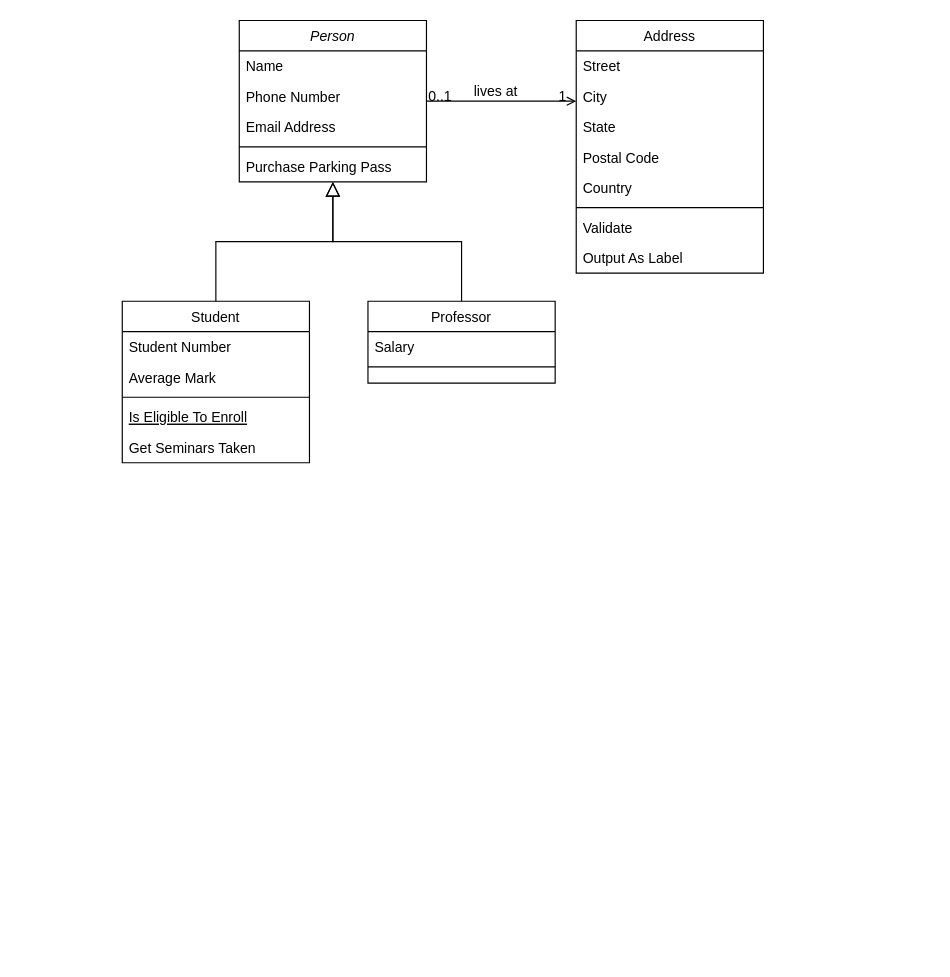
Above: Untitled Diagram.drawio in abeja21/PFB-Kreitekfy-B (draw.io), before the change. Source tidied: cells renumbered, new cells numbered last; positions are measured from the earlier drawing's top-left corner, leaving out a move shared by most shapes. Both pictures are drawn from the tidied source at 117%, with x=0, y=0 at pixel (122, 20).
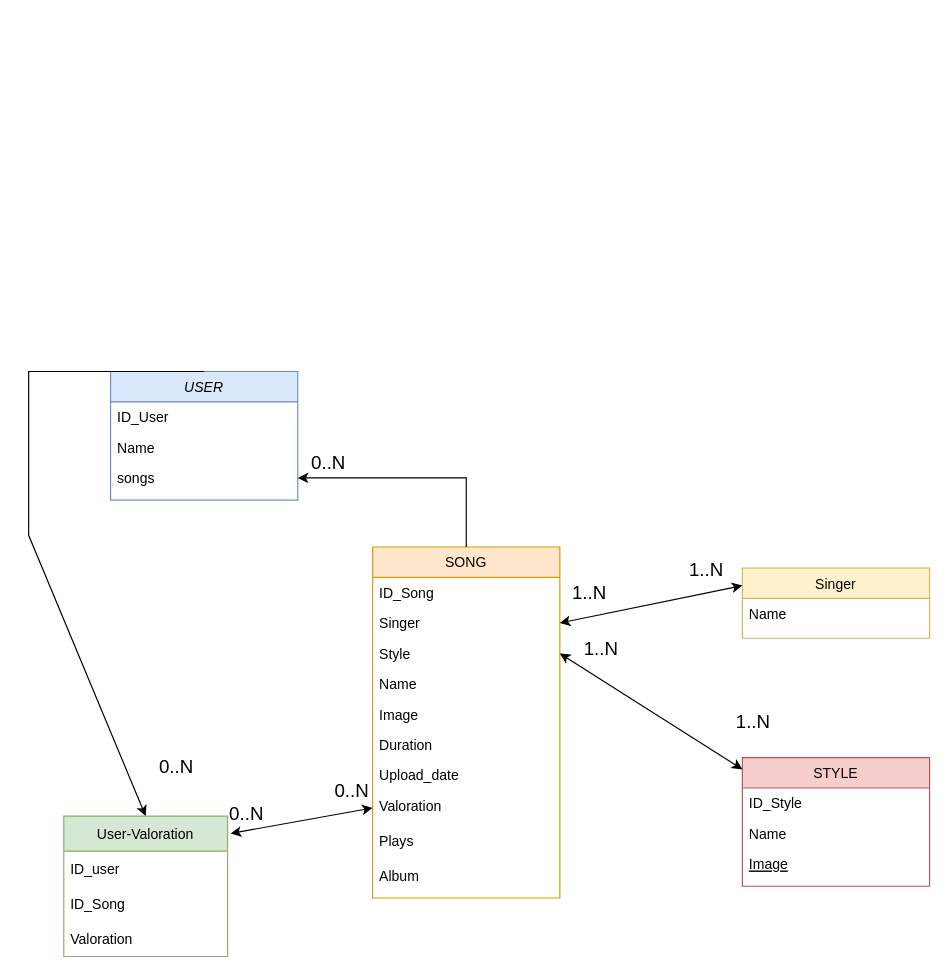
The same diagram, later.

Diff of the diagram source:
```diff
@@
-    <mxCell id="2" value="Person" style="swimlane;fontStyle=2;align=center;verticalAlign=top;horizontal=1;startSize=26;rounded=0;shadow=0;strokeWidth=1;" parent="1" vertex="1">
-      <mxGeometry x="100" width="160" height="138" as="geometry" />
+    <mxCell id="2" value="USER" style="swimlane;fontStyle=2;align=center;verticalAlign=top;horizontal=1;startSize=26;rounded=0;shadow=0;strokeWidth=1;fillColor=#dae8fc;strokeColor=#6c8ebf;" parent="1" vertex="1">
+      <mxGeometry x="-10" y="300" width="160" height="110" as="geometry" />
     </mxCell>
-    <mxCell id="3" value="Name" style="text;align=left;verticalAlign=top;spacingLeft=4;spacingRight=4;overflow=hidden;" parent="2" vertex="1">
+    <mxCell id="3" value="ID_User" style="text;align=left;verticalAlign=top;spacingLeft=4;spacingRight=4;overflow=hidden;" parent="2" vertex="1">
       <mxGeometry y="26" width="160" height="26" as="geometry" />
     </mxCell>
-    <mxCell id="4" value="Phone Number" style="text;align=left;verticalAlign=top;spacingLeft=4;spacingRight=4;overflow=hidden;rounded=0;shadow=0;html=0;" parent="2" vertex="1">
+    <mxCell id="4" value="Name" style="text;align=left;verticalAlign=top;spacingLeft=4;spacingRight=4;overflow=hidden;rounded=0;shadow=0;html=0;" parent="2" vertex="1">
       <mxGeometry y="52" width="160" height="26" as="geometry" />
     </mxCell>
-    <mxCell id="5" value="Email Address" style="text;align=left;verticalAlign=top;spacingLeft=4;spacingRight=4;overflow=hidden;points=[[0,0.5],[1,0.5]];portConstraint=eastwest;rounded=0;shadow=0;html=0;" parent="2" vertex="1">
+    <mxCell id="5" value="songs" style="text;align=left;verticalAlign=top;spacingLeft=4;spacingRight=4;overflow=hidden;points=[[0,0.5],[1,0.5]];portConstraint=eastwest;rounded=0;shadow=0;html=0;" parent="2" vertex="1">
       <mxGeometry y="78" width="160" height="26" as="geometry" />
     </mxCell>
-    <mxCell id="6" style="line;html=1;strokeWidth=1;align=left;verticalAlign=middle;spacingTop=-1;spacingLeft=3;spacingRight=3;labelPosition=right;" parent="2" vertex="1">
-      <mxGeometry y="104" width="160" height="8" as="geometry" />
-    </mxCell>
-    <mxCell id="7" value="Purchase Parking Pass" style="text;align=left;verticalAlign=top;spacingLeft=4;spacingRight=4;overflow=hidden;" parent="2" vertex="1">
-      <mxGeometry y="112" width="160" height="26" as="geometry" />
-    </mxCell>
-    <mxCell id="8" value="Student" style="swimlane;fontStyle=0;align=center;verticalAlign=top;horizontal=1;startSize=26;rounded=0;shadow=0;strokeWidth=1;" parent="1" vertex="1">
-      <mxGeometry y="240" width="160" height="138" as="geometry" />
+    <mxCell id="8" value="STYLE" style="swimlane;fontStyle=0;align=center;verticalAlign=top;horizontal=1;startSize=26;rounded=0;shadow=0;strokeWidth=1;fillColor=#f8cecc;strokeColor=#b85450;" parent="1" vertex="1">
+      <mxGeometry x="530" y="630" width="160" height="110" as="geometry" />
     </mxCell>
-    <mxCell id="9" value="Student Number" style="text;align=left;verticalAlign=top;spacingLeft=4;spacingRight=4;overflow=hidden;" parent="8" vertex="1">
+    <mxCell id="9" value="ID_Style" style="text;align=left;verticalAlign=top;spacingLeft=4;spacingRight=4;overflow=hidden;" parent="8" vertex="1">
       <mxGeometry y="26" width="160" height="26" as="geometry" />
     </mxCell>
-    <mxCell id="10" value="Average Mark" style="text;align=left;verticalAlign=top;spacingLeft=4;spacingRight=4;overflow=hidden;rounded=0;shadow=0;html=0;" parent="8" vertex="1">
+    <mxCell id="10" value="Name" style="text;align=left;verticalAlign=top;spacingLeft=4;spacingRight=4;overflow=hidden;rounded=0;shadow=0;html=0;" parent="8" vertex="1">
       <mxGeometry y="52" width="160" height="26" as="geometry" />
     </mxCell>
-    <mxCell id="11" style="line;html=1;strokeWidth=1;align=left;verticalAlign=middle;spacingTop=-1;spacingLeft=3;spacingRight=3;labelPosition=right;" parent="8" vertex="1">
-      <mxGeometry y="78" width="160" height="8" as="geometry" />
-    </mxCell>
-    <mxCell id="12" value="Is Eligible To Enroll" style="text;align=left;verticalAlign=top;spacingLeft=4;spacingRight=4;overflow=hidden;fontStyle=4;" parent="8" vertex="1">
-      <mxGeometry y="86" width="160" height="26" as="geometry" />
+    <mxCell id="12" value="Image" style="text;align=left;verticalAlign=top;spacingLeft=4;spacingRight=4;overflow=hidden;fontStyle=4;" parent="8" vertex="1">
+      <mxGeometry y="78" width="160" height="26" as="geometry" />
     </mxCell>
-    <mxCell id="13" value="Get Seminars Taken" style="text;align=left;verticalAlign=top;spacingLeft=4;spacingRight=4;overflow=hidden;" parent="8" vertex="1">
-      <mxGeometry y="112" width="160" height="26" as="geometry" />
-    </mxCell>
-    <mxCell id="14" style="endArrow=block;endSize=10;endFill=0;shadow=0;strokeWidth=1;rounded=0;edgeStyle=elbowEdgeStyle;elbow=vertical;" parent="1" edge="1" source="8" target="2">
-      <mxGeometry relative="1" as="geometry" />
-    </mxCell>
-    <mxCell id="15" value="Professor" style="swimlane;fontStyle=0;align=center;verticalAlign=top;horizontal=1;startSize=26;rounded=0;shadow=0;strokeWidth=1;" parent="1" vertex="1">
-      <mxGeometry x="210" y="240" width="160" height="70" as="geometry" />
+    <mxCell id="15" value="Singer" style="swimlane;fontStyle=0;align=center;verticalAlign=top;horizontal=1;startSize=26;rounded=0;shadow=0;strokeWidth=1;fillColor=#fff2cc;strokeColor=#d6b656;" parent="1" vertex="1">
+      <mxGeometry x="530" y="468" width="160" height="60" as="geometry" />
     </mxCell>
-    <mxCell id="16" value="Salary" style="text;align=left;verticalAlign=top;spacingLeft=4;spacingRight=4;overflow=hidden;" parent="15" vertex="1">
+    <mxCell id="16" value="Name" style="text;align=left;verticalAlign=top;spacingLeft=4;spacingRight=4;overflow=hidden;" parent="15" vertex="1">
       <mxGeometry y="26" width="160" height="26" as="geometry" />
     </mxCell>
-    <mxCell id="17" style="line;html=1;strokeWidth=1;align=left;verticalAlign=middle;spacingTop=-1;spacingLeft=3;spacingRight=3;labelPosition=right;" parent="15" vertex="1">
-      <mxGeometry y="52" width="160" height="8" as="geometry" />
-    </mxCell>
-    <mxCell id="18" style="endArrow=block;endSize=10;endFill=0;shadow=0;strokeWidth=1;rounded=0;edgeStyle=elbowEdgeStyle;elbow=vertical;" parent="1" edge="1" source="15" target="2">
-      <mxGeometry relative="1" as="geometry" />
-    </mxCell>
-    <mxCell id="19" value="Address" style="swimlane;fontStyle=0;align=center;verticalAlign=top;horizontal=1;startSize=26;rounded=0;shadow=0;strokeWidth=1;" parent="1" vertex="1">
-      <mxGeometry x="388" width="160" height="216" as="geometry" />
+    <mxCell id="19" value="SONG" style="swimlane;fontStyle=0;align=center;verticalAlign=top;horizontal=1;startSize=26;rounded=0;shadow=0;strokeWidth=1;fillColor=#ffe6cc;strokeColor=#d79b00;" parent="1" vertex="1">
+      <mxGeometry x="214" y="450" width="160" height="300" as="geometry" />
     </mxCell>
-    <mxCell id="20" value="Street" style="text;align=left;verticalAlign=top;spacingLeft=4;spacingRight=4;overflow=hidden;" parent="19" vertex="1">
+    <mxCell id="20" value="ID_Song&#10;" style="text;align=left;verticalAlign=top;spacingLeft=4;spacingRight=4;overflow=hidden;" parent="19" vertex="1">
       <mxGeometry y="26" width="160" height="26" as="geometry" />
     </mxCell>
-    <mxCell id="21" value="City" style="text;align=left;verticalAlign=top;spacingLeft=4;spacingRight=4;overflow=hidden;points=[[0,0.5],[1,0.5]];portConstraint=eastwest;rounded=0;shadow=0;html=0;" parent="19" vertex="1">
+    <mxCell id="21" value="Singer" style="text;align=left;verticalAlign=top;spacingLeft=4;spacingRight=4;overflow=hidden;points=[[0,0.5],[1,0.5]];portConstraint=eastwest;rounded=0;shadow=0;html=0;" parent="19" vertex="1">
       <mxGeometry y="52" width="160" height="26" as="geometry" />
     </mxCell>
-    <mxCell id="22" value="State" style="text;align=left;verticalAlign=top;spacingLeft=4;spacingRight=4;overflow=hidden;points=[[0,0.5],[1,0.5]];portConstraint=eastwest;rounded=0;shadow=0;html=0;" parent="19" vertex="1">
+    <mxCell id="22" value="Style" style="text;align=left;verticalAlign=top;spacingLeft=4;spacingRight=4;overflow=hidden;points=[[0,0.5],[1,0.5]];portConstraint=eastwest;rounded=0;shadow=0;html=0;" parent="19" vertex="1">
       <mxGeometry y="78" width="160" height="26" as="geometry" />
     </mxCell>
-    <mxCell id="23" value="Postal Code" style="text;align=left;verticalAlign=top;spacingLeft=4;spacingRight=4;overflow=hidden;rounded=0;shadow=0;html=0;" parent="19" vertex="1">
+    <mxCell id="23" value="Name" style="text;align=left;verticalAlign=top;spacingLeft=4;spacingRight=4;overflow=hidden;rounded=0;shadow=0;html=0;" parent="19" vertex="1">
       <mxGeometry y="104" width="160" height="26" as="geometry" />
     </mxCell>
-    <mxCell id="24" value="Country" style="text;align=left;verticalAlign=top;spacingLeft=4;spacingRight=4;overflow=hidden;rounded=0;shadow=0;html=0;" parent="19" vertex="1">
+    <mxCell id="24" value="Image" style="text;align=left;verticalAlign=top;spacingLeft=4;spacingRight=4;overflow=hidden;rounded=0;shadow=0;html=0;" parent="19" vertex="1">
       <mxGeometry y="130" width="160" height="26" as="geometry" />
     </mxCell>
-    <mxCell id="25" style="line;html=1;strokeWidth=1;align=left;verticalAlign=middle;spacingTop=-1;spacingLeft=3;spacingRight=3;labelPosition=right;" parent="19" vertex="1">
-      <mxGeometry y="156" width="160" height="8" as="geometry" />
-    </mxCell>
-    <mxCell id="26" value="Validate" style="text;align=left;verticalAlign=top;spacingLeft=4;spacingRight=4;overflow=hidden;" parent="19" vertex="1">
-      <mxGeometry y="164" width="160" height="26" as="geometry" />
+    <mxCell id="26" value="Duration" style="text;align=left;verticalAlign=top;spacingLeft=4;spacingRight=4;overflow=hidden;" parent="19" vertex="1">
+      <mxGeometry y="156" width="160" height="26" as="geometry" />
     </mxCell>
+    <mxCell id="32" value="Upload_date" style="text;align=left;verticalAlign=top;spacingLeft=4;spacingRight=4;overflow=hidden;" parent="19" vertex="1">
+      <mxGeometry y="182" width="160" height="26" as="geometry" />
+    </mxCell>
-    <mxCell id="27" value="Output As Label" style="text;align=left;verticalAlign=top;spacingLeft=4;spacingRight=4;overflow=hidden;points=[[0,0.5],[1,0.5]];portConstraint=eastwest;" parent="19" vertex="1">
-      <mxGeometry y="190" width="160" height="26" as="geometry" />
+    <mxCell id="27" value="Valoration" style="text;align=left;verticalAlign=top;spacingLeft=4;spacingRight=4;overflow=hidden;points=[[0,0.5],[1,0.5]];portConstraint=eastwest;" parent="19" vertex="1">
+      <mxGeometry y="208" width="160" height="30" as="geometry" />
     </mxCell>
-    <mxCell id="28" style="endArrow=open;shadow=0;strokeWidth=1;rounded=0;endFill=1;edgeStyle=elbowEdgeStyle;elbow=vertical;" parent="1" edge="1" source="2" target="19">
-      <mxGeometry x="0.5" y="41" relative="1" as="geometry">
-        <mxPoint x="-40" y="32" as="offset" />
-      </mxGeometry>
-    </mxCell>
-    <mxCell id="29" value="0..1" style="align=left;verticalAlign=bottom;labelBackgroundColor=none;fontSize=12;" parent="28" vertex="1">
-      <mxGeometry x="-1" relative="1" as="geometry">
-        <mxPoint y="4" as="offset" />
-      </mxGeometry>
-    </mxCell>
-    <mxCell id="30" value="1" style="align=right;verticalAlign=bottom;labelBackgroundColor=none;fontSize=12;" parent="28" vertex="1">
-      <mxGeometry x="1" relative="1" as="geometry">
-        <mxPoint x="-7" y="4" as="offset" />
-      </mxGeometry>
-    </mxCell>
-    <mxCell id="31" value="lives at" style="text;html=1;align=center;verticalAlign=middle;labelBackgroundColor=none;rounded=0;shadow=0;strokeWidth=1;fontSize=12;" parent="28" vertex="1">
-      <mxGeometry x="0.5" y="49" relative="1" as="geometry">
-        <mxPoint x="-38" y="40" as="offset" />
-      </mxGeometry>
-    </mxCell>
+    <mxCell id="33" value="Plays" style="text;align=left;verticalAlign=top;spacingLeft=4;spacingRight=4;overflow=hidden;" parent="19" vertex="1">
+      <mxGeometry y="238" width="160" height="30" as="geometry" />
+    </mxCell>
+    <mxCell id="34" value="Album&#10;" style="text;align=left;verticalAlign=top;spacingLeft=4;spacingRight=4;overflow=hidden;" parent="19" vertex="1">
+      <mxGeometry y="268" width="160" height="30" as="geometry" />
+    </mxCell>
+    <mxCell id="35" value="User-Valoration" style="swimlane;fontStyle=0;horizontal=1;startSize=30;fillColor=#d5e8d4;strokeColor=#82b366;" parent="1" vertex="1">
+      <mxGeometry x="-50" y="680" width="140" height="120" as="geometry" />
+    </mxCell>
+    <mxCell id="36" value="ID_user" style="text;strokeColor=none;fillColor=none;align=left;verticalAlign=middle;spacingLeft=4;spacingRight=4;overflow=hidden;" parent="35" vertex="1">
+      <mxGeometry y="30" width="140" height="30" as="geometry" />
+    </mxCell>
+    <mxCell id="37" value="ID_Song" style="text;strokeColor=none;fillColor=none;align=left;verticalAlign=middle;spacingLeft=4;spacingRight=4;overflow=hidden;" parent="35" vertex="1">
+      <mxGeometry y="60" width="140" height="30" as="geometry" />
+    </mxCell>
+    <mxCell id="38" value="Valoration" style="text;strokeColor=none;fillColor=none;align=left;verticalAlign=middle;spacingLeft=4;spacingRight=4;overflow=hidden;" parent="35" vertex="1">
+      <mxGeometry y="90" width="140" height="30" as="geometry" />
+    </mxCell>
+    <mxCell id="39" style="endArrow=classic;html=1;rounded=0;entryX=1;entryY=0.5;entryDx=0;entryDy=0;exitX=0.5;exitY=0;exitDx=0;exitDy=0;" parent="1" edge="1" source="19" target="5">
+      <mxGeometry relative="1" as="geometry">
+        <Array as="points">
+          <mxPoint x="294" y="391" />
+        </Array>
+      </mxGeometry>
+    </mxCell>
+    <mxCell id="40" value="&lt;font style=&quot;font-size: 16px;&quot;&gt;0..N&lt;/font&gt;" style="edgeLabel;html=1;align=center;verticalAlign=middle;spacing=7;" parent="1" vertex="1">
+      <mxGeometry x="180" y="410" as="geometry">
+        <mxPoint x="-5" y="-33" as="offset" />
+      </mxGeometry>
+    </mxCell>
+    <mxCell id="41" style="endArrow=classic;startArrow=classic;html=1;rounded=0;fontSize=16;exitX=0;exitY=0.25;exitDx=0;exitDy=0;entryX=1;entryY=0.5;entryDx=0;entryDy=0;" parent="1" edge="1" source="15" target="21">
+      <mxGeometry relative="1" as="geometry" />
+    </mxCell>
+    <mxCell id="42" value="&lt;font style=&quot;font-size: 16px;&quot;&gt;1..N&lt;/font&gt;" style="edgeLabel;html=1;align=center;verticalAlign=middle;spacing=7;" parent="1" vertex="1">
+      <mxGeometry x="500" y="430" as="geometry">
+        <mxPoint x="-2" y="38" as="offset" />
+      </mxGeometry>
+    </mxCell>
+    <mxCell id="43" value="&lt;font style=&quot;font-size: 16px;&quot;&gt;1..N&lt;/font&gt;" style="edgeLabel;html=1;align=center;verticalAlign=middle;spacing=7;" parent="1" vertex="1">
+      <mxGeometry x="400" y="450" as="geometry">
+        <mxPoint x="-2" y="38" as="offset" />
+      </mxGeometry>
+    </mxCell>
+    <mxCell id="44" style="endArrow=classic;startArrow=classic;html=1;rounded=0;fontSize=16;exitX=0;exitY=0.091;exitDx=0;exitDy=0;entryX=1;entryY=0.5;entryDx=0;entryDy=0;exitPerimeter=0;" parent="1" edge="1" source="8" target="22">
+      <mxGeometry relative="1" as="geometry" />
+    </mxCell>
+    <mxCell id="45" value="&lt;font style=&quot;font-size: 16px;&quot;&gt;1..N&lt;/font&gt;" style="edgeLabel;html=1;align=center;verticalAlign=middle;spacing=7;" parent="1" vertex="1">
+      <mxGeometry x="540" y="560" as="geometry">
+        <mxPoint x="-2" y="38" as="offset" />
+      </mxGeometry>
+    </mxCell>
+    <mxCell id="46" style="endArrow=classic;html=1;rounded=0;fontSize=16;exitX=0.5;exitY=0;exitDx=0;exitDy=0;entryX=0.5;entryY=0;entryDx=0;entryDy=0;" parent="1" edge="1" source="2" target="35">
+      <mxGeometry relative="1" as="geometry">
+        <Array as="points">
+          <mxPoint x="-80" y="300" />
+          <mxPoint x="-80" y="440" />
+        </Array>
+      </mxGeometry>
+    </mxCell>
+    <mxCell id="47" value="&lt;font style=&quot;font-size: 16px;&quot;&gt;0..N&lt;/font&gt;" style="edgeLabel;html=1;align=center;verticalAlign=middle;spacing=7;" parent="1" vertex="1">
+      <mxGeometry x="50" y="670" as="geometry">
+        <mxPoint x="-5" y="-33" as="offset" />
+      </mxGeometry>
+    </mxCell>
+    <mxCell id="48" style="endArrow=classic;startArrow=classic;html=1;rounded=0;fontSize=16;exitX=1.019;exitY=0.124;exitDx=0;exitDy=0;exitPerimeter=0;entryX=0;entryY=0.5;entryDx=0;entryDy=0;" parent="1" edge="1" source="35" target="27">
+      <mxGeometry relative="1" as="geometry" />
+    </mxCell>
+    <mxCell id="49" value="&lt;font style=&quot;font-size: 16px;&quot;&gt;0..N&lt;/font&gt;" style="edgeLabel;html=1;align=center;verticalAlign=middle;spacing=7;" parent="1" vertex="1">
+      <mxGeometry x="110" y="710" as="geometry">
+        <mxPoint x="-5" y="-33" as="offset" />
+      </mxGeometry>
+    </mxCell>
+    <mxCell id="50" value="&lt;font style=&quot;font-size: 16px;&quot;&gt;0..N&lt;/font&gt;" style="edgeLabel;html=1;align=center;verticalAlign=middle;spacing=7;" parent="1" vertex="1">
+      <mxGeometry x="200" y="690" as="geometry">
+        <mxPoint x="-5" y="-33" as="offset" />
+      </mxGeometry>
+    </mxCell>
+    <mxCell id="51" value="&lt;font style=&quot;font-size: 16px;&quot;&gt;1..N&lt;/font&gt;" style="edgeLabel;html=1;align=center;verticalAlign=middle;spacing=7;" parent="1" vertex="1">
+      <mxGeometry x="410" y="498" as="geometry">
+        <mxPoint x="-2" y="38" as="offset" />
+      </mxGeometry>
+    </mxCell>
```
